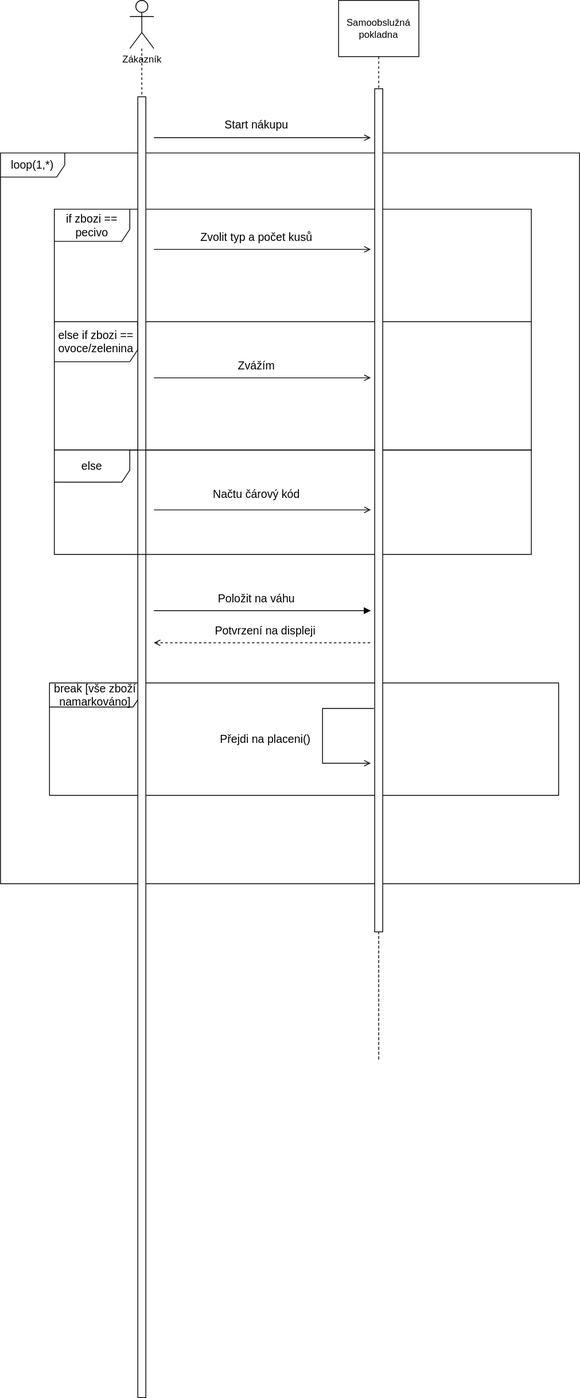
The draw.io diagram Samoobsluha.svg in TomasKelbasa/diagrams.net, before a commit. Source tidied: cells renumbered, new cells last; positions are measured from the earlier drawing's top-left corner, leaving out a move shared by most shapes. Its diagram source:
```xml
<mxGraphModel>
  <root>
    <mxCell id="0" />
    <mxCell id="1" parent="0" />
    <mxCell id="2" value="break [vše zboží namarkováno]" style="shape=umlFrame;whiteSpace=wrap;html=1;fontSize=14;width=114;height=30;" parent="1" vertex="1">
      <mxGeometry x="61" y="850" width="634" height="140" as="geometry" />
    </mxCell>
    <mxCell id="3" value="Zákazník" style="shape=umlActor;verticalLabelPosition=bottom;verticalAlign=top;html=1;outlineConnect=0;" parent="1" vertex="1">
      <mxGeometry x="161" width="30" height="60" as="geometry" />
    </mxCell>
    <mxCell id="4" style="edgeStyle=orthogonalEdgeStyle;rounded=0;jettySize=auto;html=1;dashed=1;endArrow=none;endFill=0;startArrow=none;" parent="1" edge="1" source="27">
      <mxGeometry relative="1" as="geometry">
        <mxPoint x="471" y="700" as="targetPoint" />
        <Array as="points">
          <mxPoint x="471" y="1320" />
          <mxPoint x="471" y="1320" />
        </Array>
      </mxGeometry>
    </mxCell>
    <mxCell id="5" value="Samoobslužná pokladna" style="rounded=0;whiteSpace=wrap;html=1;" parent="1" vertex="1">
      <mxGeometry x="421" width="100" height="70" as="geometry" />
    </mxCell>
    <mxCell id="6" style="edgeStyle=orthogonalEdgeStyle;rounded=0;jettySize=auto;html=1;dashed=1;endArrow=none;endFill=0;" parent="1" edge="1" source="5" target="27">
      <mxGeometry relative="1" as="geometry" />
    </mxCell>
    <mxCell id="7" style="endArrow=open;html=1;rounded=0;fontSize=14;endFill=0;" parent="1" edge="1">
      <mxGeometry relative="1" as="geometry">
        <mxPoint x="191" y="171" as="sourcePoint" />
        <mxPoint x="461" y="171" as="targetPoint" />
      </mxGeometry>
    </mxCell>
    <mxCell id="8" value="Start nákupu" style="text;html=1;strokeColor=none;fillColor=none;align=center;verticalAlign=middle;whiteSpace=wrap;rounded=0;fontSize=14;" parent="1" vertex="1">
      <mxGeometry x="271" y="140" width="96" height="30" as="geometry" />
    </mxCell>
    <mxCell id="9" value="loop(1,*)" style="shape=umlFrame;whiteSpace=wrap;html=1;fontSize=14;width=80;height=30;" parent="1" vertex="1">
      <mxGeometry y="190" width="721" height="910" as="geometry" />
    </mxCell>
    <mxCell id="10" value="else if zbozi == ovoce/zelenina" style="shape=umlFrame;whiteSpace=wrap;html=1;fontSize=14;width=104;height=50;" parent="1" vertex="1">
      <mxGeometry x="67" y="400" width="594" height="160" as="geometry" />
    </mxCell>
    <mxCell id="11" value="if zbozi == pecivo" style="shape=umlFrame;whiteSpace=wrap;html=1;fontSize=14;width=94;height=40;" parent="1" vertex="1">
      <mxGeometry x="67" y="260" width="594" height="140" as="geometry" />
    </mxCell>
    <mxCell id="12" style="rounded=0;whiteSpace=wrap;html=1;fontSize=14;" parent="1" vertex="1">
      <mxGeometry x="171" y="120" width="10" height="1620" as="geometry" />
    </mxCell>
    <mxCell id="13" style="edgeStyle=orthogonalEdgeStyle;rounded=0;jettySize=auto;html=1;endArrow=none;endFill=0;dashed=1;" parent="1" edge="1" source="3" target="12">
      <mxGeometry relative="1" as="geometry" />
    </mxCell>
    <mxCell id="14" value="else" style="shape=umlFrame;whiteSpace=wrap;html=1;fontSize=14;width=94;height=40;" parent="1" vertex="1">
      <mxGeometry x="67" y="560" width="594" height="130" as="geometry" />
    </mxCell>
    <mxCell id="15" value="Zvolit typ a počet kusů" style="text;html=1;strokeColor=none;fillColor=none;align=center;verticalAlign=middle;whiteSpace=wrap;rounded=0;fontSize=14;" parent="1" vertex="1">
      <mxGeometry x="239" y="280" width="160" height="30" as="geometry" />
    </mxCell>
    <mxCell id="16" style="endArrow=open;html=1;rounded=0;fontSize=14;endFill=0;" parent="1" edge="1">
      <mxGeometry relative="1" as="geometry">
        <mxPoint x="191" y="310" as="sourcePoint" />
        <mxPoint x="461" y="310" as="targetPoint" />
      </mxGeometry>
    </mxCell>
    <mxCell id="17" style="endArrow=block;html=1;rounded=0;fontSize=14;endFill=1;" parent="1" edge="1">
      <mxGeometry relative="1" as="geometry">
        <mxPoint x="191" y="760" as="sourcePoint" />
        <mxPoint x="461" y="760" as="targetPoint" />
      </mxGeometry>
    </mxCell>
    <mxCell id="18" value="Položit na váhu" style="text;html=1;strokeColor=none;fillColor=none;align=center;verticalAlign=middle;whiteSpace=wrap;rounded=0;fontSize=14;" parent="1" vertex="1">
      <mxGeometry x="263" y="730" width="112" height="30" as="geometry" />
    </mxCell>
    <mxCell id="19" style="endArrow=none;html=1;rounded=0;fontSize=14;endFill=0;startArrow=open;startFill=0;dashed=1;" parent="1" edge="1">
      <mxGeometry relative="1" as="geometry">
        <mxPoint x="191" y="800" as="sourcePoint" />
        <mxPoint x="461" y="800" as="targetPoint" />
      </mxGeometry>
    </mxCell>
    <mxCell id="20" value="Potvrzení na displeji" style="text;html=1;strokeColor=none;fillColor=none;align=center;verticalAlign=middle;whiteSpace=wrap;rounded=0;fontSize=14;" parent="1" vertex="1">
      <mxGeometry x="230" y="770" width="200" height="30" as="geometry" />
    </mxCell>
    <mxCell id="21" style="endArrow=open;html=1;rounded=0;fontSize=14;endFill=0;" parent="1" edge="1">
      <mxGeometry relative="1" as="geometry">
        <mxPoint x="191" y="470" as="sourcePoint" />
        <mxPoint x="461" y="470" as="targetPoint" />
      </mxGeometry>
    </mxCell>
    <mxCell id="22" value="Zvážím" style="text;html=1;strokeColor=none;fillColor=none;align=center;verticalAlign=middle;whiteSpace=wrap;rounded=0;fontSize=14;" parent="1" vertex="1">
      <mxGeometry x="289" y="440" width="60" height="30" as="geometry" />
    </mxCell>
    <mxCell id="23" style="endArrow=open;html=1;rounded=0;fontSize=14;endFill=0;" parent="1" edge="1">
      <mxGeometry relative="1" as="geometry">
        <mxPoint x="191" y="634.5" as="sourcePoint" />
        <mxPoint x="461" y="634.5" as="targetPoint" />
      </mxGeometry>
    </mxCell>
    <mxCell id="24" value="Načtu čárový kód" style="text;html=1;strokeColor=none;fillColor=none;align=center;verticalAlign=middle;whiteSpace=wrap;rounded=0;fontSize=14;" parent="1" vertex="1">
      <mxGeometry x="249" y="600" width="140" height="30" as="geometry" />
    </mxCell>
    <mxCell id="25" style="endArrow=open;html=1;rounded=0;fontSize=14;endFill=0;edgeStyle=orthogonalEdgeStyle;exitX=-0.1;exitY=0.735;exitDx=0;exitDy=0;exitPerimeter=0;" parent="1" edge="1" source="27">
      <mxGeometry relative="1" as="geometry">
        <mxPoint x="461" y="950" as="targetPoint" />
        <Array as="points">
          <mxPoint x="401" y="882" />
          <mxPoint x="401" y="950" />
        </Array>
      </mxGeometry>
    </mxCell>
    <mxCell id="26" value="Přejdi na placeni()" style="text;html=1;strokeColor=none;fillColor=none;align=center;verticalAlign=middle;whiteSpace=wrap;rounded=0;fontSize=14;" parent="1" vertex="1">
      <mxGeometry x="265" y="905" width="130" height="30" as="geometry" />
    </mxCell>
    <mxCell id="27" style="rounded=0;whiteSpace=wrap;html=1;fontSize=14;" parent="1" vertex="1">
      <mxGeometry x="466" y="110" width="10" height="1050" as="geometry" />
    </mxCell>
  </root>
</mxGraphModel>
```
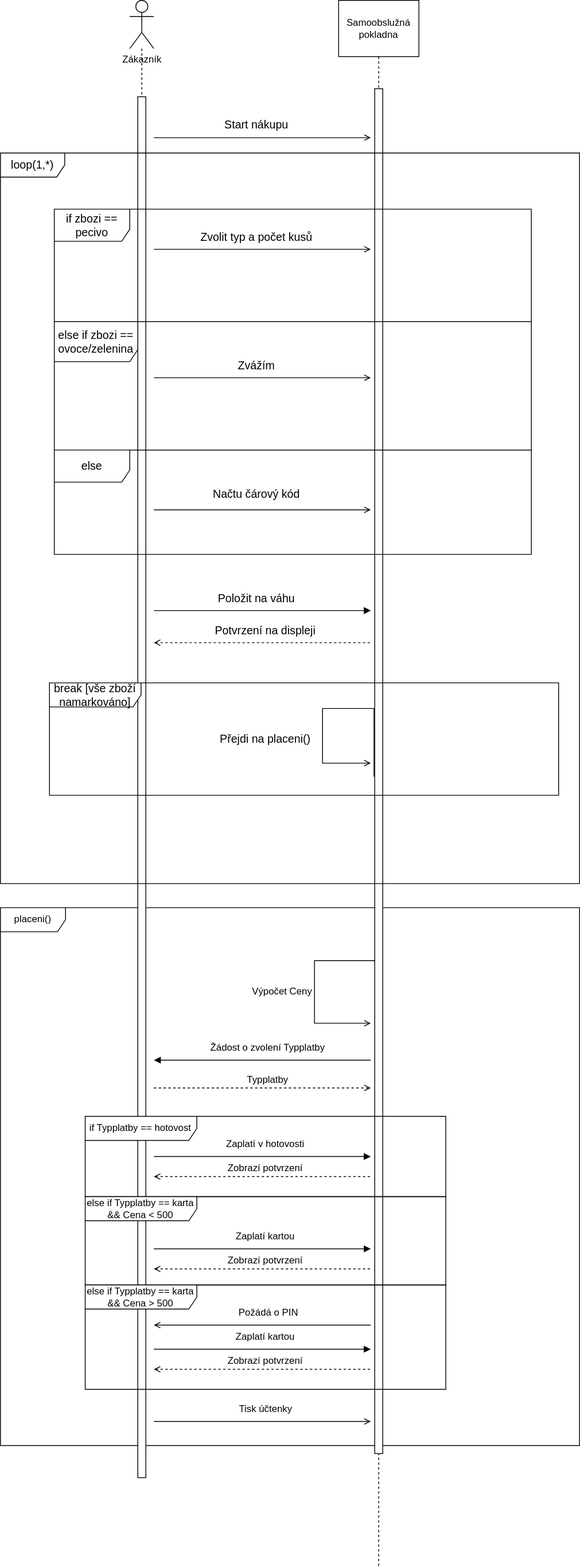
The same file after the commit.

What changed in the source:
```diff
@@ -2,14 +2,15 @@
   <root>
     <mxCell id="0" />
     <mxCell id="1" parent="0" />
-    <mxCell id="2" value="break [vše zboží namarkováno]" style="shape=umlFrame;whiteSpace=wrap;html=1;fontSize=14;width=114;height=30;" parent="1" vertex="1">
-      <mxGeometry x="61" y="850" width="634" height="140" as="geometry" />
-    </mxCell>
+    <mxCell id="28" value="placeni()" style="shape=umlFrame;whiteSpace=wrap;html=1;width=81;height=30;" parent="1" vertex="1">
+      <mxGeometry y="1130" width="721" height="670" as="geometry" />
+    </mxCell>
     <mxCell id="3" value="Zákazník" style="shape=umlActor;verticalLabelPosition=bottom;verticalAlign=top;html=1;outlineConnect=0;" parent="1" vertex="1">
       <mxGeometry x="161" width="30" height="60" as="geometry" />
     </mxCell>
-    <mxCell id="4" style="edgeStyle=orthogonalEdgeStyle;rounded=0;jettySize=auto;html=1;dashed=1;endArrow=none;endFill=0;startArrow=none;" parent="1" edge="1" source="27">
+    <mxCell id="4" style="edgeStyle=orthogonalEdgeStyle;rounded=0;orthogonalLoop=1;jettySize=auto;html=1;dashed=1;endArrow=none;endFill=0;startArrow=none;" parent="1" edge="1">
       <mxGeometry relative="1" as="geometry">
+        <mxPoint x="471" y="1950" as="sourcePoint" />
         <mxPoint x="471" y="700" as="targetPoint" />
         <Array as="points">
           <mxPoint x="471" y="1320" />
@@ -32,24 +33,12 @@
     <mxCell id="8" value="Start nákupu" style="text;html=1;strokeColor=none;fillColor=none;align=center;verticalAlign=middle;whiteSpace=wrap;rounded=0;fontSize=14;" parent="1" vertex="1">
       <mxGeometry x="271" y="140" width="96" height="30" as="geometry" />
     </mxCell>
-    <mxCell id="9" value="loop(1,*)" style="shape=umlFrame;whiteSpace=wrap;html=1;fontSize=14;width=80;height=30;" parent="1" vertex="1">
-      <mxGeometry y="190" width="721" height="910" as="geometry" />
-    </mxCell>
-    <mxCell id="10" value="else if zbozi == ovoce/zelenina" style="shape=umlFrame;whiteSpace=wrap;html=1;fontSize=14;width=104;height=50;" parent="1" vertex="1">
-      <mxGeometry x="67" y="400" width="594" height="160" as="geometry" />
-    </mxCell>
-    <mxCell id="11" value="if zbozi == pecivo" style="shape=umlFrame;whiteSpace=wrap;html=1;fontSize=14;width=94;height=40;" parent="1" vertex="1">
-      <mxGeometry x="67" y="260" width="594" height="140" as="geometry" />
-    </mxCell>
     <mxCell id="12" style="rounded=0;whiteSpace=wrap;html=1;fontSize=14;" parent="1" vertex="1">
-      <mxGeometry x="171" y="120" width="10" height="1620" as="geometry" />
+      <mxGeometry x="171" y="120" width="10" height="1720" as="geometry" />
     </mxCell>
     <mxCell id="13" style="edgeStyle=orthogonalEdgeStyle;rounded=0;jettySize=auto;html=1;endArrow=none;endFill=0;dashed=1;" parent="1" edge="1" source="3" target="12">
       <mxGeometry relative="1" as="geometry" />
     </mxCell>
-    <mxCell id="14" value="else" style="shape=umlFrame;whiteSpace=wrap;html=1;fontSize=14;width=94;height=40;" parent="1" vertex="1">
-      <mxGeometry x="67" y="560" width="594" height="130" as="geometry" />
-    </mxCell>
     <mxCell id="15" value="Zvolit typ a počet kusů" style="text;html=1;strokeColor=none;fillColor=none;align=center;verticalAlign=middle;whiteSpace=wrap;rounded=0;fontSize=14;" parent="1" vertex="1">
       <mxGeometry x="239" y="280" width="160" height="30" as="geometry" />
     </mxCell>
@@ -95,10 +84,11 @@
     <mxCell id="24" value="Načtu čárový kód" style="text;html=1;strokeColor=none;fillColor=none;align=center;verticalAlign=middle;whiteSpace=wrap;rounded=0;fontSize=14;" parent="1" vertex="1">
       <mxGeometry x="249" y="600" width="140" height="30" as="geometry" />
     </mxCell>
-    <mxCell id="25" style="endArrow=open;html=1;rounded=0;fontSize=14;endFill=0;edgeStyle=orthogonalEdgeStyle;exitX=-0.1;exitY=0.735;exitDx=0;exitDy=0;exitPerimeter=0;" parent="1" edge="1" source="27">
+    <mxCell id="25" style="endArrow=open;html=1;rounded=0;fontSize=14;endFill=0;edgeStyle=orthogonalEdgeStyle;exitX=-0.088;exitY=0.504;exitDx=0;exitDy=0;exitPerimeter=0;" parent="1" edge="1" source="27">
       <mxGeometry relative="1" as="geometry">
         <mxPoint x="461" y="950" as="targetPoint" />
         <Array as="points">
+          <mxPoint x="465" y="882" />
           <mxPoint x="401" y="882" />
           <mxPoint x="401" y="950" />
         </Array>
@@ -108,7 +98,134 @@
       <mxGeometry x="265" y="905" width="130" height="30" as="geometry" />
     </mxCell>
     <mxCell id="27" style="rounded=0;whiteSpace=wrap;html=1;fontSize=14;" parent="1" vertex="1">
-      <mxGeometry x="466" y="110" width="10" height="1050" as="geometry" />
+      <mxGeometry x="466" y="110" width="10" height="1700" as="geometry" />
     </mxCell>
+    <mxCell id="10" value="else if zbozi == ovoce/zelenina" style="shape=umlFrame;whiteSpace=wrap;html=1;fontSize=14;width=104;height=50;" parent="1" vertex="1">
+      <mxGeometry x="67" y="400" width="594" height="160" as="geometry" />
+    </mxCell>
+    <mxCell id="11" value="if zbozi == pecivo" style="shape=umlFrame;whiteSpace=wrap;html=1;fontSize=14;width=94;height=40;" parent="1" vertex="1">
+      <mxGeometry x="67" y="260" width="594" height="140" as="geometry" />
+    </mxCell>
+    <mxCell id="14" value="else" style="shape=umlFrame;whiteSpace=wrap;html=1;fontSize=14;width=94;height=40;" parent="1" vertex="1">
+      <mxGeometry x="67" y="560" width="594" height="130" as="geometry" />
+    </mxCell>
+    <mxCell id="2" value="break [vše zboží namarkováno]" style="shape=umlFrame;whiteSpace=wrap;html=1;fontSize=14;width=114;height=30;" parent="1" vertex="1">
+      <mxGeometry x="61" y="850" width="634" height="140" as="geometry" />
+    </mxCell>
+    <mxCell id="9" value="loop(1,*)" style="shape=umlFrame;whiteSpace=wrap;html=1;fontSize=14;width=80;height=30;" parent="1" vertex="1">
+      <mxGeometry y="190" width="721" height="910" as="geometry" />
+    </mxCell>
+    <mxCell id="29" style="endArrow=open;html=1;rounded=0;fontSize=14;endFill=0;edgeStyle=orthogonalEdgeStyle;exitX=0.01;exitY=0.638;exitDx=0;exitDy=0;exitPerimeter=0;" parent="1" edge="1" source="27">
+      <mxGeometry relative="1" as="geometry">
+        <mxPoint x="461" y="1274" as="targetPoint" />
+        <Array as="points">
+          <mxPoint x="466" y="1196" />
+          <mxPoint x="391" y="1196" />
+          <mxPoint x="391" y="1274" />
+        </Array>
+      </mxGeometry>
+    </mxCell>
+    <mxCell id="30" value="Výpočet Ceny" style="text;html=1;strokeColor=none;fillColor=none;align=center;verticalAlign=middle;whiteSpace=wrap;rounded=0;" parent="1" vertex="1">
+      <mxGeometry x="281" y="1220" width="140" height="30" as="geometry" />
+    </mxCell>
+    <mxCell id="31" style="endArrow=none;html=1;rounded=0;fontSize=14;endFill=0;startArrow=block;startFill=1;" parent="1" edge="1">
+      <mxGeometry relative="1" as="geometry">
+        <mxPoint x="191" y="1320" as="sourcePoint" />
+        <mxPoint x="461" y="1320" as="targetPoint" />
+      </mxGeometry>
+    </mxCell>
+    <mxCell id="32" value="Žádost o zvolení Typplatby" style="text;html=1;strokeColor=none;fillColor=none;align=center;verticalAlign=middle;whiteSpace=wrap;rounded=0;" parent="1" vertex="1">
+      <mxGeometry x="249" y="1290" width="168" height="30" as="geometry" />
+    </mxCell>
+    <mxCell id="33" style="endArrow=open;html=1;rounded=0;fontSize=14;endFill=0;startArrow=none;startFill=0;dashed=1;" parent="1" edge="1">
+      <mxGeometry relative="1" as="geometry">
+        <mxPoint x="191" y="1354.6" as="sourcePoint" />
+        <mxPoint x="461" y="1354.6" as="targetPoint" />
+      </mxGeometry>
+    </mxCell>
+    <mxCell id="34" value="Typplatby" style="text;html=1;strokeColor=none;fillColor=none;align=center;verticalAlign=middle;whiteSpace=wrap;rounded=0;" parent="1" vertex="1">
+      <mxGeometry x="284" y="1330" width="98" height="30" as="geometry" />
+    </mxCell>
+    <mxCell id="35" value="if Typplatby == hotovost" style="shape=umlFrame;whiteSpace=wrap;html=1;width=139;height=30;" parent="1" vertex="1">
+      <mxGeometry x="105.5" y="1390" width="449" height="100" as="geometry" />
+    </mxCell>
+    <mxCell id="36" style="endArrow=block;html=1;rounded=0;fontSize=14;endFill=1;" parent="1" edge="1">
+      <mxGeometry relative="1" as="geometry">
+        <mxPoint x="191" y="1440" as="sourcePoint" />
+        <mxPoint x="461" y="1440" as="targetPoint" />
+      </mxGeometry>
+    </mxCell>
+    <mxCell id="37" value="Zaplatí v hotovosti" style="text;html=1;strokeColor=none;fillColor=none;align=center;verticalAlign=middle;whiteSpace=wrap;rounded=0;" parent="1" vertex="1">
+      <mxGeometry x="269" y="1410" width="122" height="30" as="geometry" />
+    </mxCell>
+    <mxCell id="38" value="else if Typplatby == karta &amp;amp;&amp;amp; Cena &amp;lt; 500" style="shape=umlFrame;whiteSpace=wrap;html=1;width=139;height=30;" parent="1" vertex="1">
+      <mxGeometry x="105.5" y="1490" width="449" height="110" as="geometry" />
+    </mxCell>
+    <mxCell id="39" style="endArrow=block;html=1;rounded=0;fontSize=14;endFill=1;" parent="1" edge="1">
+      <mxGeometry relative="1" as="geometry">
+        <mxPoint x="191" y="1555" as="sourcePoint" />
+        <mxPoint x="461" y="1555" as="targetPoint" />
+      </mxGeometry>
+    </mxCell>
+    <mxCell id="40" value="Zaplatí kartou" style="text;html=1;strokeColor=none;fillColor=none;align=center;verticalAlign=middle;whiteSpace=wrap;rounded=0;" parent="1" vertex="1">
+      <mxGeometry x="269" y="1525" width="122" height="30" as="geometry" />
+    </mxCell>
+    <mxCell id="41" value="else if Typplatby == karta &amp;amp;&amp;amp; Cena &amp;gt; 500" style="shape=umlFrame;whiteSpace=wrap;html=1;width=139;height=30;" parent="1" vertex="1">
+      <mxGeometry x="105.5" y="1600" width="449" height="130" as="geometry" />
+    </mxCell>
+    <mxCell id="42" style="endArrow=none;html=1;rounded=0;fontSize=14;endFill=0;startArrow=open;startFill=0;" parent="1" edge="1">
+      <mxGeometry relative="1" as="geometry">
+        <mxPoint x="191" y="1650" as="sourcePoint" />
+        <mxPoint x="461" y="1650" as="targetPoint" />
+      </mxGeometry>
+    </mxCell>
+    <mxCell id="43" value="Požádá o PIN" style="text;html=1;strokeColor=none;fillColor=none;align=center;verticalAlign=middle;whiteSpace=wrap;rounded=0;" parent="1" vertex="1">
+      <mxGeometry x="273" y="1620" width="122" height="30" as="geometry" />
+    </mxCell>
+    <mxCell id="44" style="endArrow=none;html=1;rounded=0;fontSize=14;endFill=0;startArrow=open;startFill=0;dashed=1;" parent="1" edge="1">
+      <mxGeometry relative="1" as="geometry">
+        <mxPoint x="191" y="1580" as="sourcePoint" />
+        <mxPoint x="461" y="1580" as="targetPoint" />
+      </mxGeometry>
+    </mxCell>
+    <mxCell id="45" value="Zobrazí potvrzení" style="text;html=1;strokeColor=none;fillColor=none;align=center;verticalAlign=middle;whiteSpace=wrap;rounded=0;" parent="1" vertex="1">
+      <mxGeometry x="249" y="1555" width="162" height="30" as="geometry" />
+    </mxCell>
+    <mxCell id="46" value="Zobrazí potvrzení" style="text;html=1;strokeColor=none;fillColor=none;align=center;verticalAlign=middle;whiteSpace=wrap;rounded=0;" parent="1" vertex="1">
+      <mxGeometry x="249" y="1440" width="162" height="30" as="geometry" />
+    </mxCell>
+    <mxCell id="47" style="endArrow=none;html=1;rounded=0;fontSize=14;endFill=0;startArrow=open;startFill=0;dashed=1;" parent="1" edge="1">
+      <mxGeometry relative="1" as="geometry">
+        <mxPoint x="191" y="1465" as="sourcePoint" />
+        <mxPoint x="461" y="1465" as="targetPoint" />
+      </mxGeometry>
+    </mxCell>
+    <mxCell id="48" style="endArrow=block;html=1;rounded=0;fontSize=14;endFill=1;" parent="1" edge="1">
+      <mxGeometry relative="1" as="geometry">
+        <mxPoint x="191" y="1680" as="sourcePoint" />
+        <mxPoint x="461" y="1680" as="targetPoint" />
+      </mxGeometry>
+    </mxCell>
+    <mxCell id="49" value="Zaplatí kartou" style="text;html=1;strokeColor=none;fillColor=none;align=center;verticalAlign=middle;whiteSpace=wrap;rounded=0;" parent="1" vertex="1">
+      <mxGeometry x="269" y="1650" width="122" height="30" as="geometry" />
+    </mxCell>
+    <mxCell id="50" style="endArrow=none;html=1;rounded=0;fontSize=14;endFill=0;startArrow=open;startFill=0;dashed=1;" parent="1" edge="1">
+      <mxGeometry relative="1" as="geometry">
+        <mxPoint x="191" y="1705" as="sourcePoint" />
+        <mxPoint x="461" y="1705" as="targetPoint" />
+      </mxGeometry>
+    </mxCell>
+    <mxCell id="51" value="Zobrazí potvrzení" style="text;html=1;strokeColor=none;fillColor=none;align=center;verticalAlign=middle;whiteSpace=wrap;rounded=0;" parent="1" vertex="1">
+      <mxGeometry x="249" y="1680" width="162" height="30" as="geometry" />
+    </mxCell>
+    <mxCell id="52" style="endArrow=open;html=1;rounded=0;fontSize=14;endFill=0;" parent="1" edge="1">
+      <mxGeometry relative="1" as="geometry">
+        <mxPoint x="191" y="1770" as="sourcePoint" />
+        <mxPoint x="461" y="1770" as="targetPoint" />
+      </mxGeometry>
+    </mxCell>
+    <mxCell id="53" value="Tisk účtenky" style="text;html=1;strokeColor=none;fillColor=none;align=center;verticalAlign=middle;whiteSpace=wrap;rounded=0;" parent="1" vertex="1">
+      <mxGeometry x="294.5" y="1740" width="71" height="30" as="geometry" />
+    </mxCell>
   </root>
 </mxGraphModel>
```
